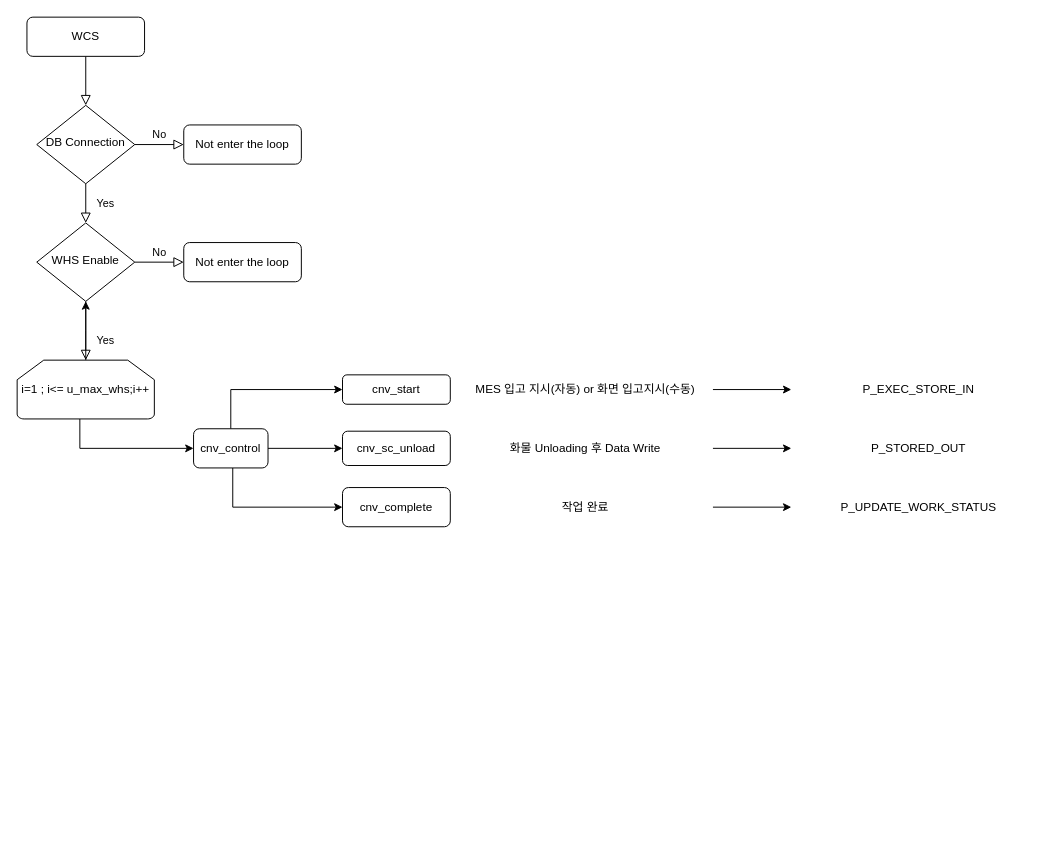
Earlier version of the draw.io diagram WCScontrol.drawio (hjee02018/UML). Source tidied: cells renumbered, new cells numbered last; positions are measured from the earlier drawing's top-left corner, leaving out a move shared by most shapes. Both pictures are drawn from the tidied source at 98%, with x=0, y=0 at pixel (17, 17).
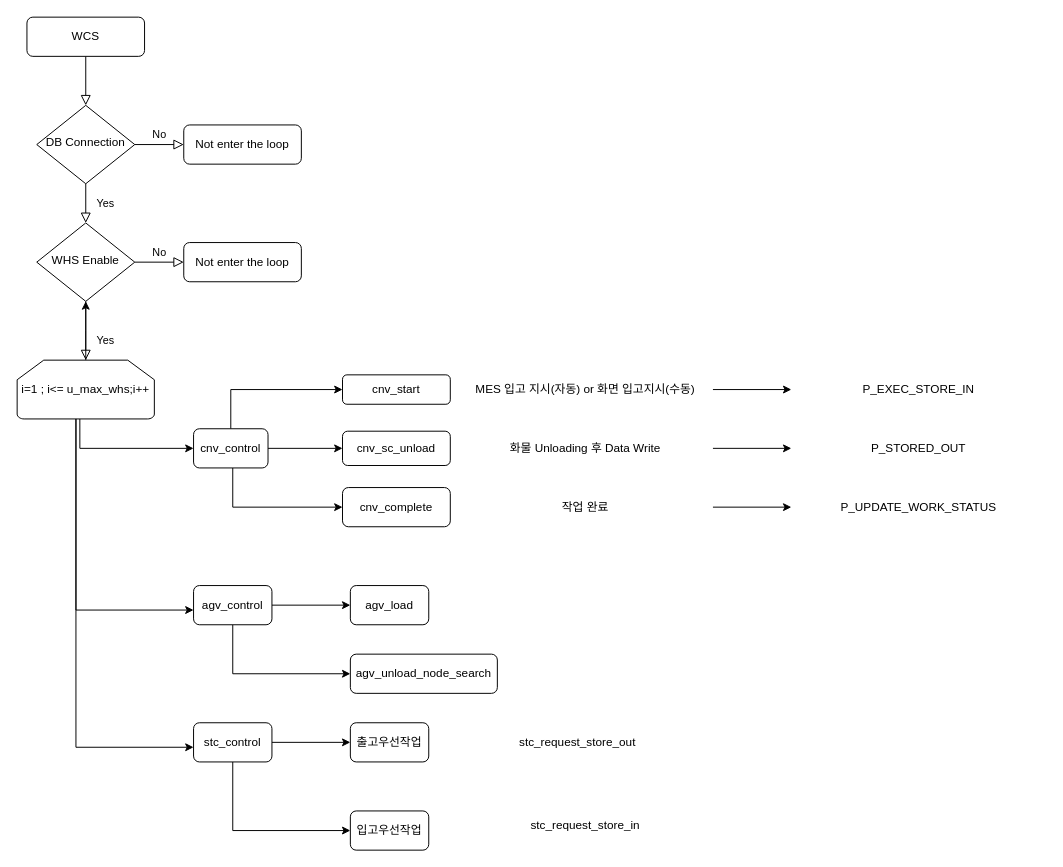
The same diagram, later.

Unchanged cells that the change refers to:
```xml
<mxCell id="14" value="i=1 ; i&amp;lt;= u_max_whs;i++" style="strokeWidth=1;html=1;shape=mxgraph.flowchart.loop_limit;whiteSpace=wrap;" parent="1" vertex="1">
  <mxGeometry y="350" width="140" height="60" as="geometry" />
</mxCell>
```

The edit, as a diff of the source:
```diff
@@
+    <mxCell id="31" style="edgeStyle=orthogonalEdgeStyle;rounded=0;jettySize=auto;html=1;" parent="1" edge="1" source="14" target="34">
+      <mxGeometry relative="1" as="geometry">
+        <Array as="points">
+          <mxPoint x="60" y="605" />
+        </Array>
+      </mxGeometry>
+    </mxCell>
@@
+    <mxCell id="32" style="edgeStyle=orthogonalEdgeStyle;rounded=0;jettySize=auto;html=1;" parent="1" edge="1" source="34" target="35">
+      <mxGeometry relative="1" as="geometry" />
+    </mxCell>
+    <mxCell id="33" style="edgeStyle=orthogonalEdgeStyle;rounded=0;jettySize=auto;html=1;entryX=0;entryY=0.5;entryDx=0;entryDy=0;" parent="1" edge="1" source="34" target="36">
+      <mxGeometry relative="1" as="geometry">
+        <Array as="points">
+          <mxPoint x="220" y="670" />
+        </Array>
+      </mxGeometry>
+    </mxCell>
+    <mxCell id="34" value="agv_control" style="rounded=1;whiteSpace=wrap;html=1;strokeWidth=1;" parent="1" vertex="1">
+      <mxGeometry x="180" y="580" width="80" height="40" as="geometry" />
+    </mxCell>
+    <mxCell id="35" value="agv_load" style="rounded=1;whiteSpace=wrap;html=1;strokeWidth=1;" parent="1" vertex="1">
+      <mxGeometry x="340" y="580" width="80" height="40" as="geometry" />
+    </mxCell>
+    <mxCell id="36" value="agv_unload_node_search" style="rounded=1;whiteSpace=wrap;html=1;strokeWidth=1;" parent="1" vertex="1">
+      <mxGeometry x="340" y="650" width="150" height="40" as="geometry" />
+    </mxCell>
+    <mxCell id="37" style="edgeStyle=orthogonalEdgeStyle;rounded=0;jettySize=auto;html=1;" parent="1" edge="1" source="14" target="40">
+      <mxGeometry relative="1" as="geometry">
+        <Array as="points">
+          <mxPoint x="60" y="745" />
+        </Array>
+      </mxGeometry>
+    </mxCell>
+    <mxCell id="38" style="edgeStyle=orthogonalEdgeStyle;rounded=0;jettySize=auto;html=1;" parent="1" edge="1" source="40" target="41">
+      <mxGeometry relative="1" as="geometry" />
+    </mxCell>
+    <mxCell id="39" style="edgeStyle=orthogonalEdgeStyle;rounded=0;jettySize=auto;html=1;" parent="1" edge="1" source="40" target="42">
+      <mxGeometry relative="1" as="geometry">
+        <Array as="points">
+          <mxPoint x="220" y="830" />
+        </Array>
+      </mxGeometry>
+    </mxCell>
+    <mxCell id="40" value="stc_control" style="rounded=1;whiteSpace=wrap;html=1;strokeWidth=1;" parent="1" vertex="1">
+      <mxGeometry x="180" y="720" width="80" height="40" as="geometry" />
+    </mxCell>
+    <mxCell id="41" value="출고우선작업" style="rounded=1;whiteSpace=wrap;html=1;strokeWidth=1;" parent="1" vertex="1">
+      <mxGeometry x="340" y="720" width="80" height="40" as="geometry" />
+    </mxCell>
+    <mxCell id="42" value="입고우선작업" style="rounded=1;whiteSpace=wrap;html=1;strokeWidth=1;" parent="1" vertex="1">
+      <mxGeometry x="340" y="810" width="80" height="40" as="geometry" />
+    </mxCell>
+    <mxCell id="43" value="stc_request_store_out" style="text;html=1;align=center;verticalAlign=middle;whiteSpace=wrap;rounded=0;" parent="1" vertex="1">
+      <mxGeometry x="442" y="725" width="260" height="30" as="geometry" />
+    </mxCell>
+    <mxCell id="44" value="stc_request_store_in" style="text;html=1;align=center;verticalAlign=middle;whiteSpace=wrap;rounded=0;" parent="1" vertex="1">
+      <mxGeometry x="450" y="810" width="260" height="30" as="geometry" />
+    </mxCell>
```
